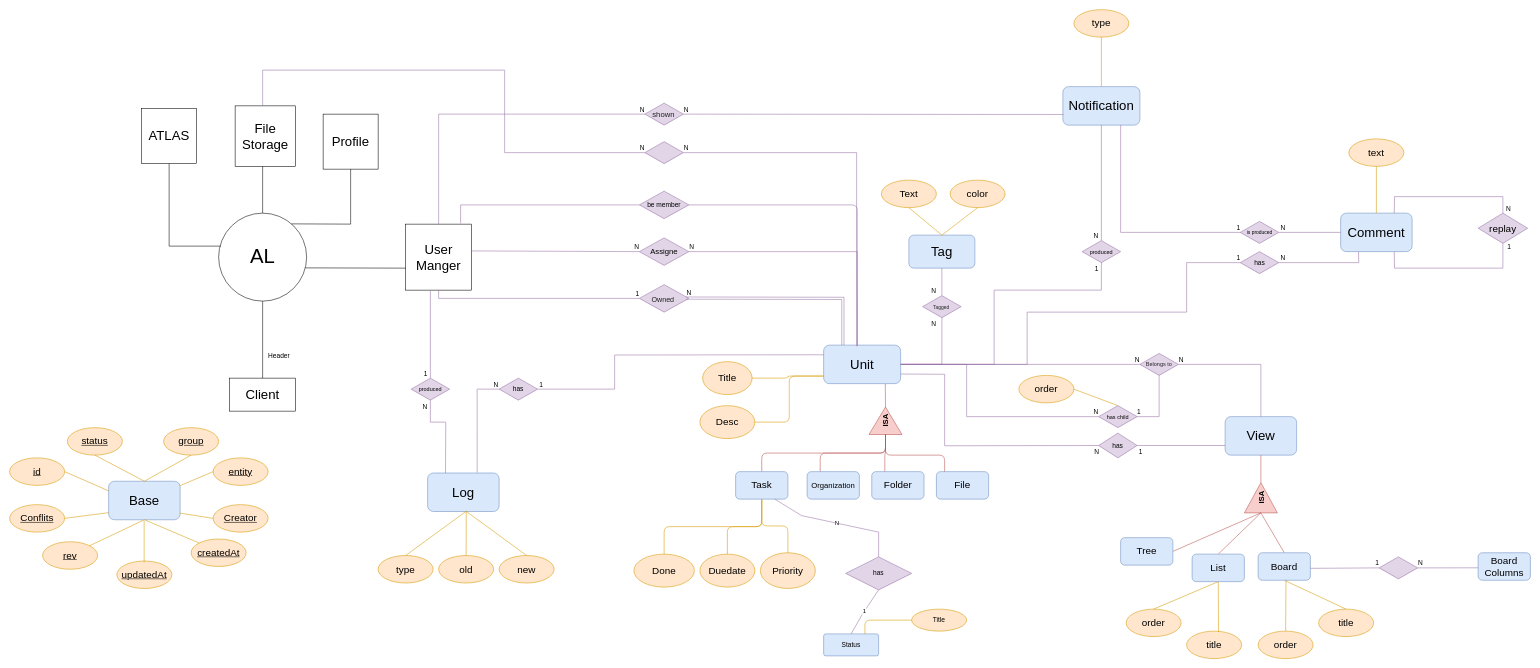
Above: Untitled Diagram.drawio in Straider71/test (draw.io), before the change. Source tidied: cells renumbered, new cells numbered last; positions are measured from the earlier drawing's top-left corner, leaving out a move shared by most shapes. Both pictures are drawn from the tidied source at 55%, with x=0, y=0 at pixel (9, 9).
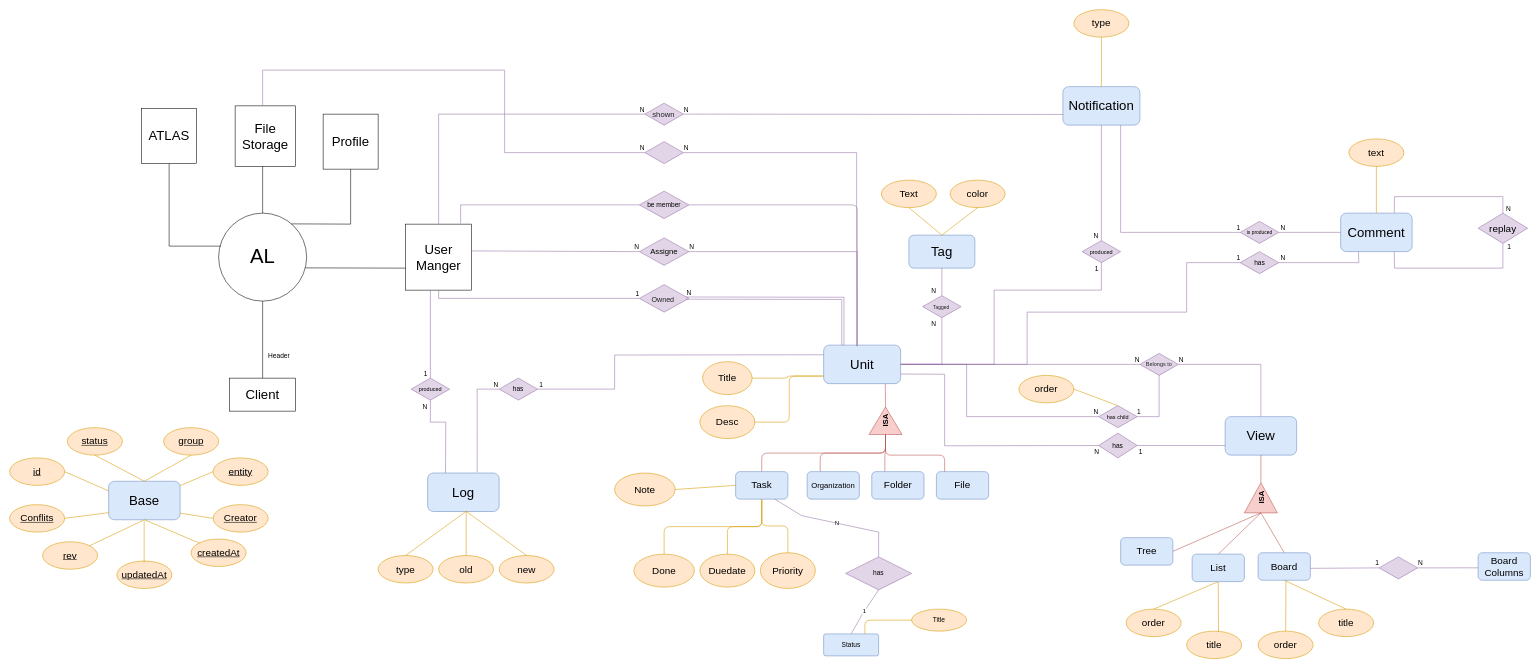
The same diagram, later.

The change refers to these unchanged cells:
```xml
<mxCell id="163" value="&lt;font style=&quot;font-size: 18px&quot;&gt;Task&lt;/font&gt;" style="rounded=1;whiteSpace=wrap;html=1;fillColor=#dae8fc;strokeColor=#6c8ebf;" parent="1" vertex="1">
  <mxGeometry x="1320" y="840" width="95" height="50" as="geometry" />
</mxCell>
```

What changed in the source:
```diff
@@
+    <mxCell id="178" value="&lt;font style=&quot;font-size: 18px&quot;&gt;Note&lt;/font&gt;" style="ellipse;whiteSpace=wrap;html=1;fillColor=#ffe6cc;strokeColor=#d79b00;" parent="1" vertex="1">
+      <mxGeometry x="1100" y="842.5" width="110" height="60" as="geometry" />
+    </mxCell>
+    <mxCell id="179" style="endArrow=none;html=1;entryX=0;entryY=0.5;entryDx=0;entryDy=0;exitX=1;exitY=0.5;exitDx=0;exitDy=0;fillColor=#ffe6cc;strokeColor=#d79b00;" parent="1" edge="1" source="178" target="163">
+      <mxGeometry relative="1" as="geometry" />
+    </mxCell>
```
